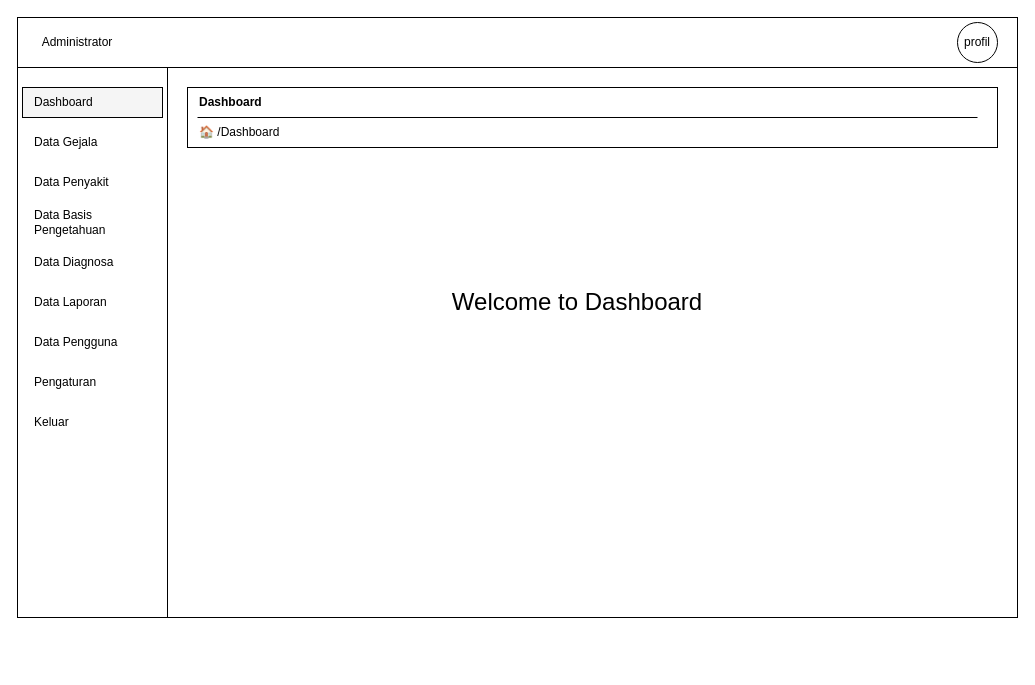
This is diagram/desain/dashboard.drawio from NarmadaWeb/pakar-jagung, a draw.io file, before an edit. Source tidied: cells renumbered, new cells numbered last; positions are measured from the earlier drawing's top-left corner, leaving out a move shared by most shapes. Both pictures are drawn from the tidied source at 100%, with x=0, y=0 at pixel (17, 17).
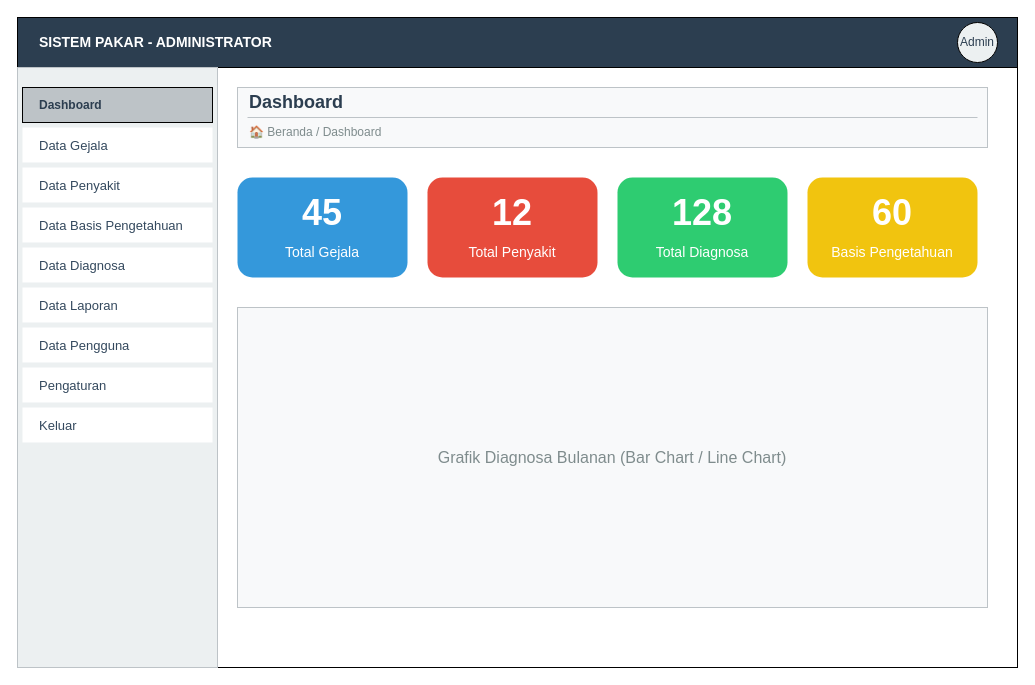
The same diagram, later.

Diff of the diagram source:
```diff
@@
-    <mxCell id="2" style="rounded=0;whiteSpace=wrap;html=1;" parent="1" vertex="1">
-      <mxGeometry width="1000" height="600" as="geometry" />
+    <mxCell id="2" style="rounded=0;whiteSpace=wrap;html=1;fillColor=#ffffff;" parent="1" vertex="1">
+      <mxGeometry width="1000" height="650" as="geometry" />
     </mxCell>
-    <mxCell id="3" style="rounded=0;whiteSpace=wrap;html=1;" parent="1" vertex="1">
+    <mxCell id="3" style="rounded=0;whiteSpace=wrap;html=1;fillColor=#2c3e50;fontColor=#ffffff;" parent="1" vertex="1">
       <mxGeometry width="1000" height="50" as="geometry" />
     </mxCell>
-    <mxCell id="4" value="Administrator" style="text;html=1;strokeColor=none;fillColor=none;align=center;verticalAlign=middle;whiteSpace=wrap;rounded=0;" parent="1" vertex="1">
-      <mxGeometry x="10" y="10" width="100" height="30" as="geometry" />
+    <mxCell id="4" value="SISTEM PAKAR - ADMINISTRATOR" style="text;html=1;strokeColor=none;fillColor=none;align=left;verticalAlign=middle;whiteSpace=wrap;rounded=0;fontColor=#ffffff;fontStyle=1;fontSize=14;" parent="1" vertex="1">
+      <mxGeometry x="20" y="10" width="300" height="30" as="geometry" />
     </mxCell>
-    <mxCell id="5" value="profil" style="ellipse;whiteSpace=wrap;html=1;" parent="1" vertex="1">
+    <mxCell id="5" value="Admin" style="ellipse;whiteSpace=wrap;html=1;fillColor=#ecf0f1;fontColor=#2c3e50;" parent="1" vertex="1">
       <mxGeometry x="940" y="5" width="40" height="40" as="geometry" />
     </mxCell>
-    <mxCell id="6" style="rounded=0;whiteSpace=wrap;html=1;" parent="1" vertex="1">
-      <mxGeometry y="50" width="150" height="550" as="geometry" />
+    <mxCell id="6" style="rounded=0;whiteSpace=wrap;html=1;fillColor=#ecf0f1;strokeColor=#bdc3c7;" parent="1" vertex="1">
+      <mxGeometry y="50" width="200" height="600" as="geometry" />
     </mxCell>
-    <mxCell id="7" value="Dashboard" style="rounded=0;whiteSpace=wrap;html=1;align=left;spacingLeft=10;fillColor=#f5f5f5;" parent="1" vertex="1">
-      <mxGeometry x="5" y="70" width="140" height="30" as="geometry" />
+    <mxCell id="7" value="Dashboard" style="rounded=0;whiteSpace=wrap;html=1;align=left;spacingLeft=15;fillColor=#bdc3c7;fontColor=#2c3e50;fontStyle=1;" parent="1" vertex="1">
+      <mxGeometry x="5" y="70" width="190" height="35" as="geometry" />
     </mxCell>
-    <mxCell id="8" value="Data Gejala" style="rounded=0;whiteSpace=wrap;html=1;strokeColor=none;align=left;spacingLeft=10;" parent="1" vertex="1">
-      <mxGeometry x="5" y="110" width="140" height="30" as="geometry" />
+    <mxCell id="8" value="Data Gejala" style="rounded=0;whiteSpace=wrap;html=1;strokeColor=none;align=left;spacingLeft=15;fontColor=#34495e;fontSize=13;" parent="1" vertex="1">
+      <mxGeometry x="5" y="110" width="190" height="35" as="geometry" />
     </mxCell>
-    <mxCell id="9" value="Data Penyakit" style="rounded=0;whiteSpace=wrap;html=1;strokeColor=none;align=left;spacingLeft=10;" parent="1" vertex="1">
-      <mxGeometry x="5" y="150" width="140" height="30" as="geometry" />
+    <mxCell id="9" value="Data Penyakit" style="rounded=0;whiteSpace=wrap;html=1;strokeColor=none;align=left;spacingLeft=15;fontColor=#34495e;fontSize=13;" parent="1" vertex="1">
+      <mxGeometry x="5" y="150" width="190" height="35" as="geometry" />
     </mxCell>
-    <mxCell id="10" value="Data Basis Pengetahuan" style="rounded=0;whiteSpace=wrap;html=1;strokeColor=none;align=left;spacingLeft=10;" parent="1" vertex="1">
-      <mxGeometry x="5" y="190" width="140" height="30" as="geometry" />
+    <mxCell id="10" value="Data Basis Pengetahuan" style="rounded=0;whiteSpace=wrap;html=1;strokeColor=none;align=left;spacingLeft=15;fontColor=#34495e;fontSize=13;" parent="1" vertex="1">
+      <mxGeometry x="5" y="190" width="190" height="35" as="geometry" />
     </mxCell>
-    <mxCell id="11" value="Data Diagnosa" style="rounded=0;whiteSpace=wrap;html=1;strokeColor=none;align=left;spacingLeft=10;" parent="1" vertex="1">
-      <mxGeometry x="5" y="230" width="140" height="30" as="geometry" />
+    <mxCell id="11" value="Data Diagnosa" style="rounded=0;whiteSpace=wrap;html=1;strokeColor=none;align=left;spacingLeft=15;fontColor=#34495e;fontSize=13;" parent="1" vertex="1">
+      <mxGeometry x="5" y="230" width="190" height="35" as="geometry" />
     </mxCell>
-    <mxCell id="12" value="Data Laporan" style="rounded=0;whiteSpace=wrap;html=1;strokeColor=none;align=left;spacingLeft=10;" parent="1" vertex="1">
-      <mxGeometry x="5" y="270" width="140" height="30" as="geometry" />
+    <mxCell id="12" value="Data Laporan" style="rounded=0;whiteSpace=wrap;html=1;strokeColor=none;align=left;spacingLeft=15;fontColor=#34495e;fontSize=13;" parent="1" vertex="1">
+      <mxGeometry x="5" y="270" width="190" height="35" as="geometry" />
     </mxCell>
-    <mxCell id="13" value="Data Pengguna" style="rounded=0;whiteSpace=wrap;html=1;strokeColor=none;align=left;spacingLeft=10;" parent="1" vertex="1">
-      <mxGeometry x="5" y="310" width="140" height="30" as="geometry" />
+    <mxCell id="13" value="Data Pengguna" style="rounded=0;whiteSpace=wrap;html=1;strokeColor=none;align=left;spacingLeft=15;fontColor=#34495e;fontSize=13;" parent="1" vertex="1">
+      <mxGeometry x="5" y="310" width="190" height="35" as="geometry" />
     </mxCell>
-    <mxCell id="14" value="Pengaturan" style="rounded=0;whiteSpace=wrap;html=1;strokeColor=none;align=left;spacingLeft=10;" parent="1" vertex="1">
-      <mxGeometry x="5" y="350" width="140" height="30" as="geometry" />
+    <mxCell id="14" value="Pengaturan" style="rounded=0;whiteSpace=wrap;html=1;strokeColor=none;align=left;spacingLeft=15;fontColor=#34495e;fontSize=13;" parent="1" vertex="1">
+      <mxGeometry x="5" y="350" width="190" height="35" as="geometry" />
     </mxCell>
-    <mxCell id="15" value="Keluar" style="rounded=0;whiteSpace=wrap;html=1;strokeColor=none;align=left;spacingLeft=10;" parent="1" vertex="1">
-      <mxGeometry x="5" y="390" width="140" height="30" as="geometry" />
+    <mxCell id="15" value="Keluar" style="rounded=0;whiteSpace=wrap;html=1;strokeColor=none;align=left;spacingLeft=15;fontColor=#34495e;fontSize=13;" parent="1" vertex="1">
+      <mxGeometry x="5" y="390" width="190" height="35" as="geometry" />
     </mxCell>
-    <mxCell id="16" style="rounded=0;whiteSpace=wrap;html=1;" parent="1" vertex="1">
-      <mxGeometry x="170" y="70" width="810" height="60" as="geometry" />
+    <mxCell id="16" style="rounded=0;whiteSpace=wrap;html=1;strokeColor=#bdc3c7;fillColor=#f8f9fa;" parent="1" vertex="1">
+      <mxGeometry x="220" y="70" width="750" height="60" as="geometry" />
     </mxCell>
-    <mxCell id="17" value="Dashboard" style="text;html=1;strokeColor=none;fillColor=none;align=left;verticalAlign=middle;whiteSpace=wrap;rounded=0;fontStyle=1;" parent="1" vertex="1">
-      <mxGeometry x="180" y="75" width="200" height="20" as="geometry" />
+    <mxCell id="17" value="Dashboard" style="text;html=1;strokeColor=none;fillColor=none;align=left;verticalAlign=middle;whiteSpace=wrap;rounded=0;fontStyle=1;fontSize=18;fontColor=#2c3e50;" parent="1" vertex="1">
+      <mxGeometry x="230" y="75" width="200" height="20" as="geometry" />
     </mxCell>
-    <mxCell id="18" style="endArrow=none;html=1;" parent="1" edge="1">
+    <mxCell id="18" style="endArrow=none;html=1;strokeColor=#bdc3c7;" parent="1" edge="1">
       <mxGeometry relative="1" as="geometry">
-        <mxPoint x="180" y="100" as="sourcePoint" />
+        <mxPoint x="230" y="100" as="sourcePoint" />
         <mxPoint x="960" y="100" as="targetPoint" />
       </mxGeometry>
     </mxCell>
-    <mxCell id="19" value="🏠 /Dashboard" style="text;html=1;strokeColor=none;fillColor=none;align=left;verticalAlign=middle;whiteSpace=wrap;rounded=0;" parent="1" vertex="1">
-      <mxGeometry x="180" y="105" width="200" height="20" as="geometry" />
+    <mxCell id="19" value="🏠 Beranda / Dashboard" style="text;html=1;strokeColor=none;fillColor=none;align=left;verticalAlign=middle;whiteSpace=wrap;rounded=0;fontSize=12;fontColor=#7f8c8d;" parent="1" vertex="1">
+      <mxGeometry x="230" y="105" width="200" height="20" as="geometry" />
     </mxCell>
-    <mxCell id="20" value="Welcome to Dashboard" style="text;html=1;strokeColor=none;fillColor=none;align=center;verticalAlign=middle;whiteSpace=wrap;rounded=0;fontSize=24;" parent="1" vertex="1">
-      <mxGeometry x="360" y="260" width="400" height="50" as="geometry" />
-    </mxCell>
+    <mxCell id="21" style="rounded=1;whiteSpace=wrap;html=1;fillColor=#3498db;strokeColor=none;" parent="1" vertex="1">
+      <mxGeometry x="220" y="160" width="170" height="100" as="geometry" />
+    </mxCell>
+    <mxCell id="22" value="45" style="text;html=1;strokeColor=none;fillColor=none;align=center;verticalAlign=middle;whiteSpace=wrap;rounded=0;fontSize=36;fontColor=#ffffff;fontStyle=1;" parent="1" vertex="1">
+      <mxGeometry x="220" y="170" width="170" height="50" as="geometry" />
+    </mxCell>
+    <mxCell id="23" value="Total Gejala" style="text;html=1;strokeColor=none;fillColor=none;align=center;verticalAlign=middle;whiteSpace=wrap;rounded=0;fontSize=14;fontColor=#ffffff;" parent="1" vertex="1">
+      <mxGeometry x="220" y="220" width="170" height="30" as="geometry" />
+    </mxCell>
+    <mxCell id="24" style="rounded=1;whiteSpace=wrap;html=1;fillColor=#e74c3c;strokeColor=none;" parent="1" vertex="1">
+      <mxGeometry x="410" y="160" width="170" height="100" as="geometry" />
+    </mxCell>
+    <mxCell id="25" value="12" style="text;html=1;strokeColor=none;fillColor=none;align=center;verticalAlign=middle;whiteSpace=wrap;rounded=0;fontSize=36;fontColor=#ffffff;fontStyle=1;" parent="1" vertex="1">
+      <mxGeometry x="410" y="170" width="170" height="50" as="geometry" />
+    </mxCell>
+    <mxCell id="26" value="Total Penyakit" style="text;html=1;strokeColor=none;fillColor=none;align=center;verticalAlign=middle;whiteSpace=wrap;rounded=0;fontSize=14;fontColor=#ffffff;" parent="1" vertex="1">
+      <mxGeometry x="410" y="220" width="170" height="30" as="geometry" />
+    </mxCell>
+    <mxCell id="27" style="rounded=1;whiteSpace=wrap;html=1;fillColor=#2ecc71;strokeColor=none;" parent="1" vertex="1">
+      <mxGeometry x="600" y="160" width="170" height="100" as="geometry" />
+    </mxCell>
+    <mxCell id="28" value="128" style="text;html=1;strokeColor=none;fillColor=none;align=center;verticalAlign=middle;whiteSpace=wrap;rounded=0;fontSize=36;fontColor=#ffffff;fontStyle=1;" parent="1" vertex="1">
+      <mxGeometry x="600" y="170" width="170" height="50" as="geometry" />
+    </mxCell>
+    <mxCell id="29" value="Total Diagnosa" style="text;html=1;strokeColor=none;fillColor=none;align=center;verticalAlign=middle;whiteSpace=wrap;rounded=0;fontSize=14;fontColor=#ffffff;" parent="1" vertex="1">
+      <mxGeometry x="600" y="220" width="170" height="30" as="geometry" />
+    </mxCell>
+    <mxCell id="30" style="rounded=1;whiteSpace=wrap;html=1;fillColor=#f1c40f;strokeColor=none;" parent="1" vertex="1">
+      <mxGeometry x="790" y="160" width="170" height="100" as="geometry" />
+    </mxCell>
+    <mxCell id="31" value="60" style="text;html=1;strokeColor=none;fillColor=none;align=center;verticalAlign=middle;whiteSpace=wrap;rounded=0;fontSize=36;fontColor=#ffffff;fontStyle=1;" parent="1" vertex="1">
+      <mxGeometry x="790" y="170" width="170" height="50" as="geometry" />
+    </mxCell>
+    <mxCell id="32" value="Basis Pengetahuan" style="text;html=1;strokeColor=none;fillColor=none;align=center;verticalAlign=middle;whiteSpace=wrap;rounded=0;fontSize=14;fontColor=#ffffff;" parent="1" vertex="1">
+      <mxGeometry x="790" y="220" width="170" height="30" as="geometry" />
+    </mxCell>
+    <mxCell id="33" value="Grafik Diagnosa Bulanan (Bar Chart / Line Chart)" style="rounded=0;whiteSpace=wrap;html=1;fillColor=#f8f9fa;strokeColor=#bdc3c7;fontColor=#7f8c8d;fontSize=16;" parent="1" vertex="1">
+      <mxGeometry x="220" y="290" width="750" height="300" as="geometry" />
+    </mxCell>
```
